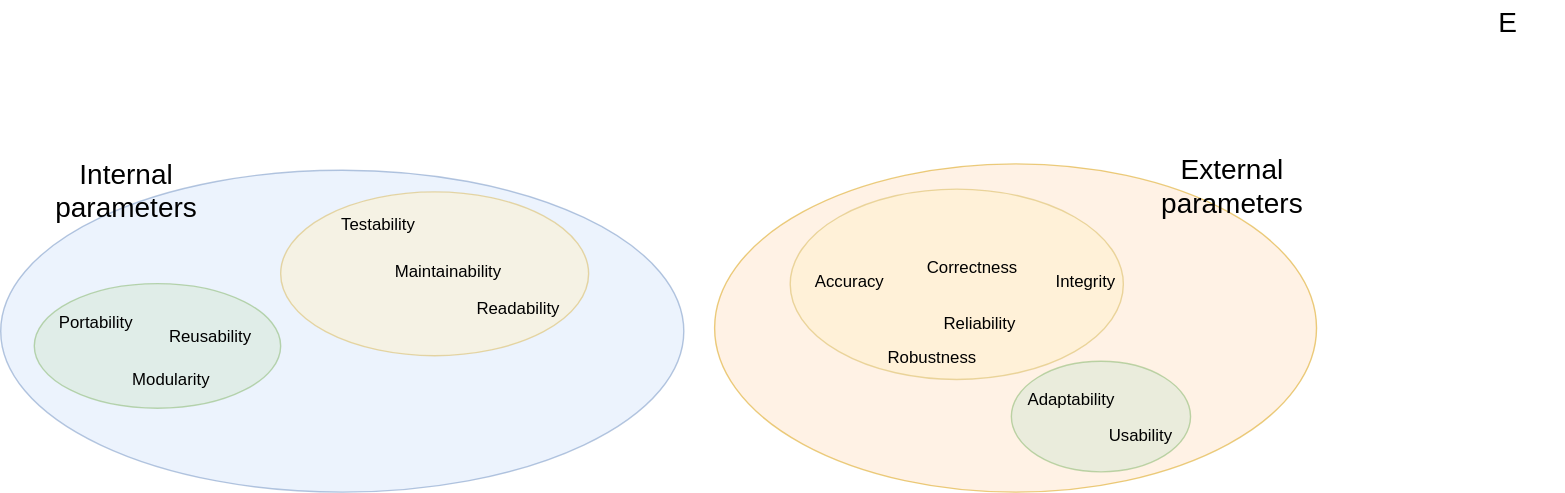
Above: wp2-deliverable-2.1/00_parameters.svg in sifis-home/wp2-documents (draw.io), before the change. Source tidied: cells renumbered, new cells last; positions are measured from the earlier drawing's top-left corner, leaving out a move shared by most shapes. The source it was exported from:
```xml
<mxGraphModel background="#ffffff">
  <root>
    <mxCell id="0" style="html=1;" />
    <mxCell id="1" style="html=1;" parent="0" />
    <mxCell id="2" style="ellipse;whiteSpace=wrap;html=1;rounded=0;shadow=0;strokeWidth=1;fillColor=#dae8fc;fontSize=24;align=right;strokeColor=#6c8ebf;opacity=50;" parent="1" vertex="1">
      <mxGeometry y="121" width="488" height="230" as="geometry" />
    </mxCell>
    <mxCell id="3" style="ellipse;whiteSpace=wrap;html=1;rounded=0;shadow=0;strokeWidth=1;fillColor=#fff2cc;fontSize=24;align=right;strokeColor=#d6b656;opacity=50;" parent="1" vertex="1">
      <mxGeometry x="200" y="136.5" width="220" height="117" as="geometry" />
    </mxCell>
    <mxCell id="4" style="ellipse;whiteSpace=wrap;html=1;rounded=0;shadow=0;strokeWidth=1;fillColor=#d5e8d4;fontSize=24;align=right;strokeColor=#82b366;opacity=50;" parent="1" vertex="1">
      <mxGeometry x="24" y="202" width="176" height="89" as="geometry" />
    </mxCell>
    <mxCell id="5" style="ellipse;whiteSpace=wrap;html=1;rounded=0;shadow=0;strokeWidth=1;fillColor=#ffe6cc;fontSize=24;align=right;strokeColor=#d79b00;opacity=50;" parent="1" vertex="1">
      <mxGeometry x="510" y="116.5" width="430" height="234.5" as="geometry" />
    </mxCell>
    <mxCell id="6" style="ellipse;whiteSpace=wrap;html=1;rounded=0;shadow=0;strokeWidth=1;fillColor=#d5e8d4;fontSize=24;align=right;strokeColor=#82b366;opacity=50;" parent="1" vertex="1">
      <mxGeometry x="722" y="257.5" width="128" height="79" as="geometry" />
    </mxCell>
    <mxCell id="7" style="ellipse;whiteSpace=wrap;html=1;rounded=0;shadow=0;strokeWidth=1;fillColor=#fff2cc;fontSize=24;align=right;strokeColor=#d6b656;opacity=50;" parent="1" vertex="1">
      <mxGeometry x="564" y="134.5" width="238" height="136" as="geometry" />
    </mxCell>
    <mxCell id="8" value="Internal parameters" style="text;html=1;strokeColor=none;fillColor=none;align=center;verticalAlign=middle;whiteSpace=wrap;rounded=0;shadow=0;fontSize=20;" parent="1" vertex="1">
      <mxGeometry x="50" y="120" width="80" height="30" as="geometry" />
    </mxCell>
    <mxCell id="9" value="External parameters" style="text;html=1;strokeColor=none;fillColor=none;align=center;verticalAlign=middle;whiteSpace=wrap;rounded=0;shadow=0;fontSize=20;" parent="1" vertex="1">
      <mxGeometry x="840" y="116.5" width="80" height="30" as="geometry" />
    </mxCell>
    <mxCell id="10" value="E" style="text;html=1;strokeColor=none;fillColor=none;align=center;verticalAlign=middle;whiteSpace=wrap;rounded=0;shadow=0;fontSize=20;" parent="1" vertex="1">
      <mxGeometry x="1037" width="80" height="30" as="geometry" />
    </mxCell>
    <mxCell id="11" value="Testability" style="text;html=1;strokeColor=none;fillColor=none;align=center;verticalAlign=middle;whiteSpace=wrap;rounded=0;" parent="1" vertex="1">
      <mxGeometry x="250" y="150" width="40" height="20" as="geometry" />
    </mxCell>
    <mxCell id="12" value="Reusability" style="text;html=1;strokeColor=none;fillColor=none;align=center;verticalAlign=middle;whiteSpace=wrap;rounded=0;" parent="1" vertex="1">
      <mxGeometry x="130" y="230" width="40" height="20" as="geometry" />
    </mxCell>
    <mxCell id="13" value="Readability" style="text;html=1;strokeColor=none;fillColor=none;align=center;verticalAlign=middle;whiteSpace=wrap;rounded=0;" parent="1" vertex="1">
      <mxGeometry x="350" y="210" width="40" height="20" as="geometry" />
    </mxCell>
    <mxCell id="14" value="Modularity" style="text;html=1;strokeColor=none;fillColor=none;align=center;verticalAlign=middle;whiteSpace=wrap;rounded=0;" parent="1" vertex="1">
      <mxGeometry x="102" y="261" width="40" height="20" as="geometry" />
    </mxCell>
    <mxCell id="15" value="Correctness" style="text;whiteSpace=wrap;html=1;" parent="1" vertex="1">
      <mxGeometry x="660" y="176.5" width="90" height="30" as="geometry" />
    </mxCell>
    <mxCell id="16" value="Usability" style="text;whiteSpace=wrap;html=1;" parent="1" vertex="1">
      <mxGeometry x="790" y="296.5" width="70" height="30" as="geometry" />
    </mxCell>
    <mxCell id="17" value="Reliability" style="text;whiteSpace=wrap;html=1;" parent="1" vertex="1">
      <mxGeometry x="672" y="216.5" width="80" height="30" as="geometry" />
    </mxCell>
    <mxCell id="18" value="Integrity" style="text;whiteSpace=wrap;html=1;" parent="1" vertex="1">
      <mxGeometry x="752" y="186.5" width="70" height="30" as="geometry" />
    </mxCell>
    <mxCell id="19" value="Adaptability" style="text;whiteSpace=wrap;html=1;" parent="1" vertex="1">
      <mxGeometry x="732" y="270.5" width="90" height="30" as="geometry" />
    </mxCell>
    <mxCell id="20" value="Robustness" style="text;whiteSpace=wrap;html=1;" parent="1" vertex="1">
      <mxGeometry x="632" y="240.5" width="90" height="30" as="geometry" />
    </mxCell>
    <mxCell id="21" value="Accuracy" style="text;whiteSpace=wrap;html=1;" parent="1" vertex="1">
      <mxGeometry x="580" y="186.5" width="70" height="30" as="geometry" />
    </mxCell>
    <mxCell id="22" value="Maintainability" style="text;whiteSpace=wrap;html=1;" parent="1" vertex="1">
      <mxGeometry x="280" y="180" width="100" height="30" as="geometry" />
    </mxCell>
    <mxCell id="23" value="Portability" style="text;whiteSpace=wrap;html=1;" parent="1" vertex="1">
      <mxGeometry x="40" y="216" width="80" height="30" as="geometry" />
    </mxCell>
  </root>
</mxGraphModel>
```
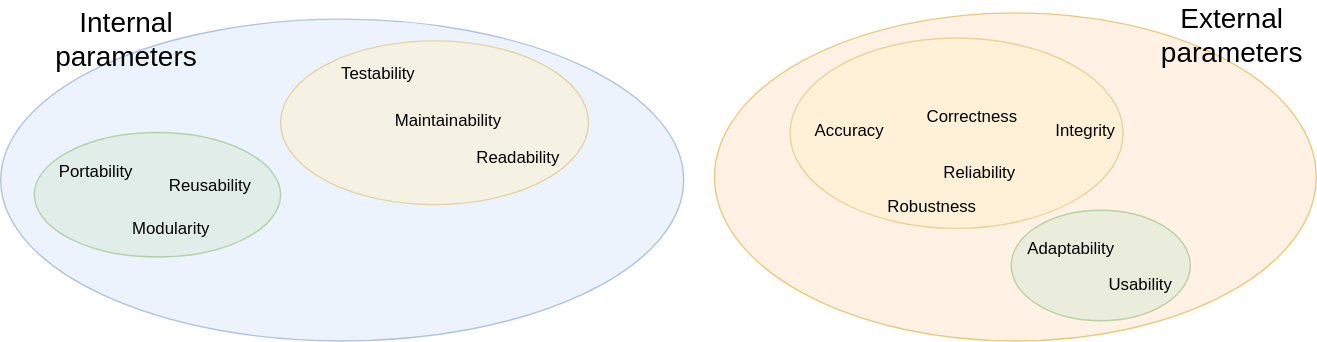
Later version of the same file.

Diff of the diagram source:
```diff
@@ -26,9 +26,6 @@
     <mxCell id="9" value="External parameters" style="text;html=1;strokeColor=none;fillColor=none;align=center;verticalAlign=middle;whiteSpace=wrap;rounded=0;shadow=0;fontSize=20;" parent="1" vertex="1">
       <mxGeometry x="840" y="116.5" width="80" height="30" as="geometry" />
     </mxCell>
-    <mxCell id="10" value="E" style="text;html=1;strokeColor=none;fillColor=none;align=center;verticalAlign=middle;whiteSpace=wrap;rounded=0;shadow=0;fontSize=20;" parent="1" vertex="1">
-      <mxGeometry x="1037" width="80" height="30" as="geometry" />
-    </mxCell>
     <mxCell id="11" value="Testability" style="text;html=1;strokeColor=none;fillColor=none;align=center;verticalAlign=middle;whiteSpace=wrap;rounded=0;" parent="1" vertex="1">
       <mxGeometry x="250" y="150" width="40" height="20" as="geometry" />
     </mxCell>
```
